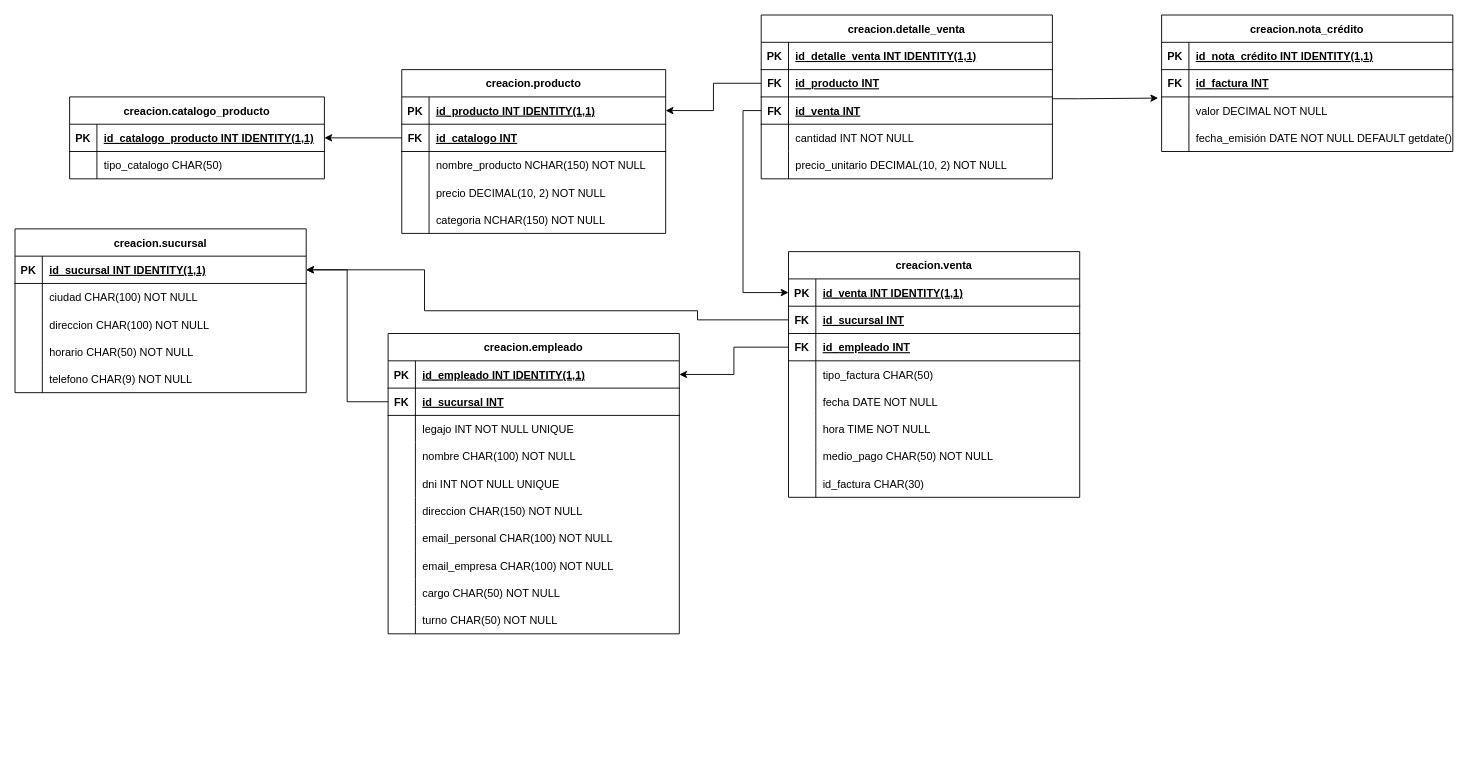
Above: documentacion/DER.drawio in MatiMunar/TP-BBDDA_Grupo08 (draw.io), before the change. Source tidied: cells renumbered, new cells numbered last; positions are measured from the earlier drawing's top-left corner, leaving out a move shared by most shapes. Both pictures are drawn from the tidied source at 91%, with x=0, y=0 at pixel (15, 15).
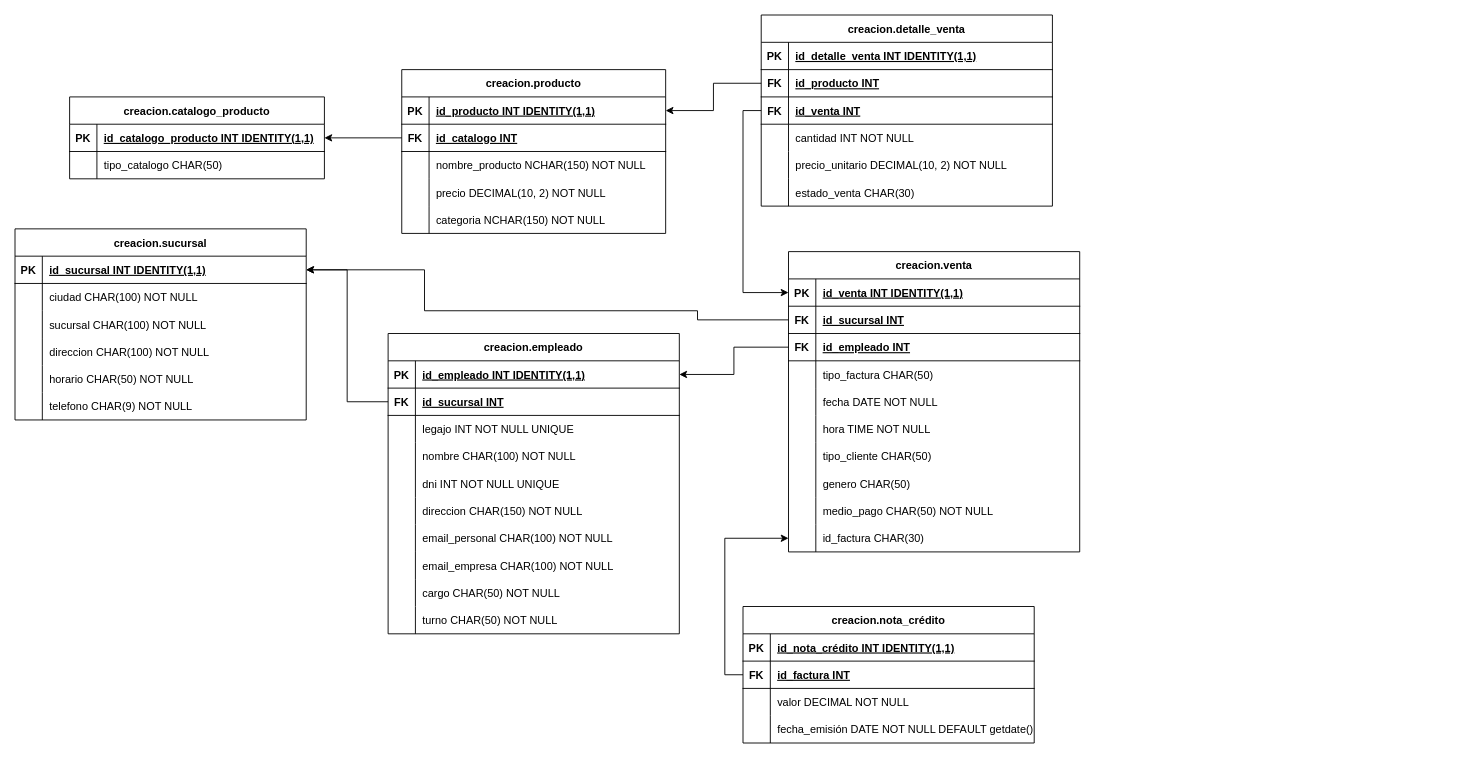
The same diagram, later.

Commit message:
actualización de der

Unchanged cells that the change refers to:
```xml
<mxCell id="123" style="shape=tableRow;horizontal=0;startSize=0;swimlaneHead=0;swimlaneBody=0;fillColor=none;points=[[0,0.5],[1,0.5]];portConstraint=eastwest;strokeColor=inherit;top=0;left=0;right=0;bottom=1;" parent="119" vertex="1">
  <mxGeometry y="60" width="320" height="30" as="geometry" />
</mxCell>
```

The edit, as a diff of the source:
```diff
@@
     <mxCell id="2" value="creacion.sucursal" style="shape=table;startSize=30;childLayout=tableLayout;rowLines=0;fontStyle=1;align=center;" parent="1" vertex="1">
-      <mxGeometry y="235" width="320" height="180" as="geometry" />
+      <mxGeometry y="235" width="320" height="210" as="geometry" />
     </mxCell>
@@
+    <mxCell id="133" style="shape=tableRow;horizontal=0;startSize=0;swimlaneHead=0;swimlaneBody=0;fillColor=none;strokeColor=inherit;top=0;left=0;right=0;bottom=0;" parent="2" vertex="1">
+      <mxGeometry y="90" width="320" height="30" as="geometry" />
+    </mxCell>
+    <mxCell id="134" style="shape=partialRectangle;overflow=hidden;fillColor=none;strokeColor=inherit;top=0;left=0;bottom=0;right=0;" parent="133" vertex="1">
+      <mxGeometry width="30" height="30" as="geometry" />
+    </mxCell>
+    <mxCell id="135" value="sucursal CHAR(100) NOT NULL" style="shape=partialRectangle;overflow=hidden;fillColor=none;align=left;strokeColor=inherit;top=0;left=0;bottom=0;right=0;spacingLeft=6;" parent="133" vertex="1">
+      <mxGeometry x="30" width="290" height="30" as="geometry" />
+    </mxCell>
     <mxCell id="9" style="shape=tableRow;horizontal=0;startSize=0;swimlaneHead=0;swimlaneBody=0;fillColor=none;strokeColor=inherit;top=0;left=0;right=0;bottom=0;" parent="2" vertex="1">
-      <mxGeometry y="90" width="320" height="30" as="geometry" />
+      <mxGeometry y="120" width="320" height="30" as="geometry" />
     </mxCell>
@@
     <mxCell id="12" style="shape=tableRow;horizontal=0;startSize=0;swimlaneHead=0;swimlaneBody=0;fillColor=none;strokeColor=inherit;top=0;left=0;right=0;bottom=0;" parent="2" vertex="1">
-      <mxGeometry y="120" width="320" height="30" as="geometry" />
+      <mxGeometry y="150" width="320" height="30" as="geometry" />
     </mxCell>
@@
     <mxCell id="15" style="shape=tableRow;horizontal=0;startSize=0;swimlaneHead=0;swimlaneBody=0;fillColor=none;strokeColor=inherit;top=0;left=0;right=0;bottom=0;" parent="2" vertex="1">
-      <mxGeometry y="150" width="320" height="30" as="geometry" />
+      <mxGeometry y="180" width="320" height="30" as="geometry" />
     </mxCell>
@@
     <mxCell id="72" value="creacion.venta" style="shape=table;startSize=30;childLayout=tableLayout;rowLines=0;fontStyle=1;align=center;" parent="1" vertex="1">
-      <mxGeometry x="850" y="260" width="320" height="270" as="geometry" />
+      <mxGeometry x="850" y="260" width="320" height="330" as="geometry" />
     </mxCell>
@@
+    <mxCell id="136" style="shape=tableRow;horizontal=0;startSize=0;swimlaneHead=0;swimlaneBody=0;fillColor=none;strokeColor=inherit;top=0;left=0;right=0;bottom=0;" parent="72" vertex="1">
+      <mxGeometry y="210" width="320" height="30" as="geometry" />
+    </mxCell>
+    <mxCell id="137" style="shape=partialRectangle;overflow=hidden;fillColor=none;strokeColor=inherit;top=0;left=0;bottom=0;right=0;" parent="136" vertex="1">
+      <mxGeometry width="30" height="30" as="geometry" />
+    </mxCell>
+    <mxCell id="138" value="tipo_cliente CHAR(50)" style="shape=partialRectangle;overflow=hidden;fillColor=none;align=left;strokeColor=inherit;top=0;left=0;bottom=0;right=0;spacingLeft=6;" parent="136" vertex="1">
+      <mxGeometry x="30" width="290" height="30" as="geometry" />
+    </mxCell>
+    <mxCell id="139" style="shape=tableRow;horizontal=0;startSize=0;swimlaneHead=0;swimlaneBody=0;fillColor=none;strokeColor=inherit;top=0;left=0;right=0;bottom=0;" parent="72" vertex="1">
+      <mxGeometry y="240" width="320" height="30" as="geometry" />
+    </mxCell>
+    <mxCell id="140" style="shape=partialRectangle;overflow=hidden;fillColor=none;strokeColor=inherit;top=0;left=0;bottom=0;right=0;" parent="139" vertex="1">
+      <mxGeometry width="30" height="30" as="geometry" />
+    </mxCell>
+    <mxCell id="141" value="genero CHAR(50)" style="shape=partialRectangle;overflow=hidden;fillColor=none;align=left;strokeColor=inherit;top=0;left=0;bottom=0;right=0;spacingLeft=6;" parent="139" vertex="1">
+      <mxGeometry x="30" width="290" height="30" as="geometry" />
+    </mxCell>
     <mxCell id="91" style="shape=tableRow;horizontal=0;startSize=0;swimlaneHead=0;swimlaneBody=0;fillColor=none;strokeColor=inherit;top=0;left=0;right=0;bottom=0;" parent="72" vertex="1">
-      <mxGeometry y="210" width="320" height="30" as="geometry" />
+      <mxGeometry y="270" width="320" height="30" as="geometry" />
     </mxCell>
@@
     <mxCell id="94" style="shape=tableRow;horizontal=0;startSize=0;swimlaneHead=0;swimlaneBody=0;fillColor=none;points=[[0,0.5],[1,0.5]];portConstraint=eastwest;strokeColor=inherit;top=0;left=0;right=0;bottom=0;" parent="72" vertex="1">
-      <mxGeometry y="240" width="320" height="30" as="geometry" />
+      <mxGeometry y="300" width="320" height="30" as="geometry" />
     </mxCell>
@@
     <mxCell id="97" value="creacion.detalle_venta" style="shape=table;startSize=30;childLayout=tableLayout;rowLines=0;fontStyle=1;align=center;" parent="1" vertex="1">
-      <mxGeometry x="820" width="320" height="180" as="geometry" />
+      <mxGeometry x="820" width="320" height="210" as="geometry" />
     </mxCell>
@@
+    <mxCell id="142" style="shape=tableRow;horizontal=0;startSize=0;swimlaneHead=0;swimlaneBody=0;fillColor=none;strokeColor=inherit;top=0;left=0;right=0;bottom=0;" parent="97" vertex="1">
+      <mxGeometry y="180" width="320" height="30" as="geometry" />
+    </mxCell>
+    <mxCell id="143" style="shape=partialRectangle;overflow=hidden;fillColor=none;strokeColor=inherit;top=0;left=0;bottom=0;right=0;" parent="142" vertex="1">
+      <mxGeometry width="30" height="30" as="geometry" />
+    </mxCell>
+    <mxCell id="144" value="estado_venta CHAR(30)" style="shape=partialRectangle;overflow=hidden;fillColor=none;align=left;strokeColor=inherit;top=0;left=0;bottom=0;right=0;spacingLeft=6;" parent="142" vertex="1">
+      <mxGeometry x="30" width="290" height="30" as="geometry" />
+    </mxCell>
@@
     <mxCell id="119" value="creacion.nota_crédito" style="shape=table;startSize=30;childLayout=tableLayout;rowLines=0;fontStyle=1;align=center;" parent="1" vertex="1">
-      <mxGeometry x="1260" width="320" height="150" as="geometry" />
+      <mxGeometry x="800" y="650" width="320" height="150" as="geometry" />
     </mxCell>
@@
-    <mxCell id="132" style="edgeStyle=orthogonalEdgeStyle;rounded=0;jettySize=auto;html=1;entryX=-0.012;entryY=0.067;entryDx=0;entryDy=0;entryPerimeter=0;" parent="1" edge="1" source="97">
-      <mxGeometry relative="1" as="geometry">
-        <mxPoint x="1256.2" y="91.3" as="targetPoint" />
-        <Array as="points">
-          <mxPoint x="1170" y="92" />
-          <mxPoint x="1170" y="92" />
-        </Array>
-      </mxGeometry>
-    </mxCell>
+    <mxCell id="145" style="edgeStyle=orthogonalEdgeStyle;rounded=0;jettySize=auto;html=1;exitX=0;exitY=0.5;exitDx=0;exitDy=0;entryX=0;entryY=0.5;entryDx=0;entryDy=0;" parent="1" edge="1" source="123" target="94">
+      <mxGeometry relative="1" as="geometry" />
+    </mxCell>
```
